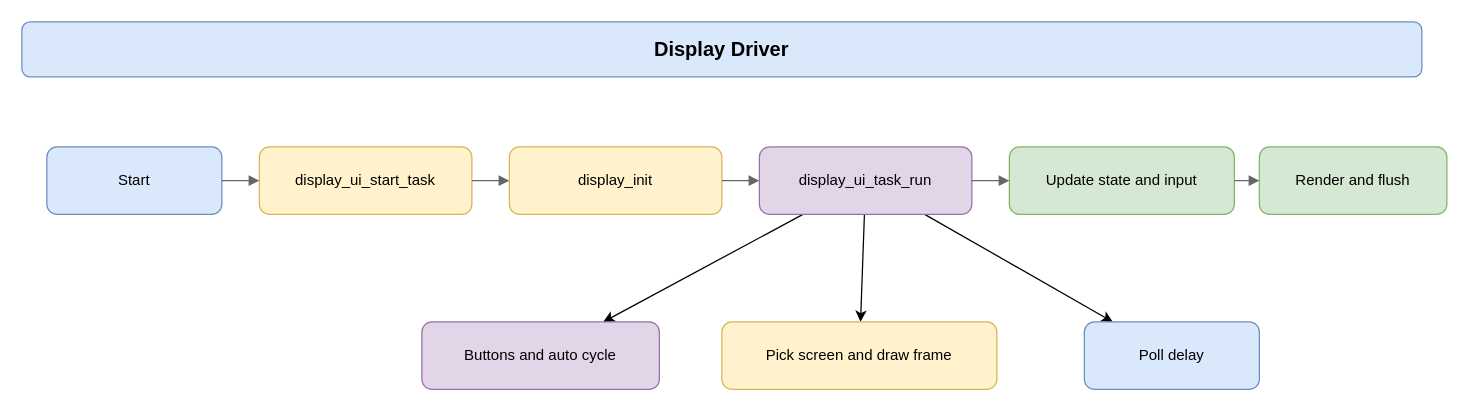
This is 04_Ontwerpen/Software/component flowcharts/display_driver/display_driver.drawio from Voidfaller/DCBS, a draw.io file, before an edit. Source tidied: cells renumbered, new cells numbered last; positions are measured from the earlier drawing's top-left corner, leaving out a move shared by most shapes. Both pictures are drawn from the tidied source at 125%, with x=0, y=0 at pixel (21, 21).
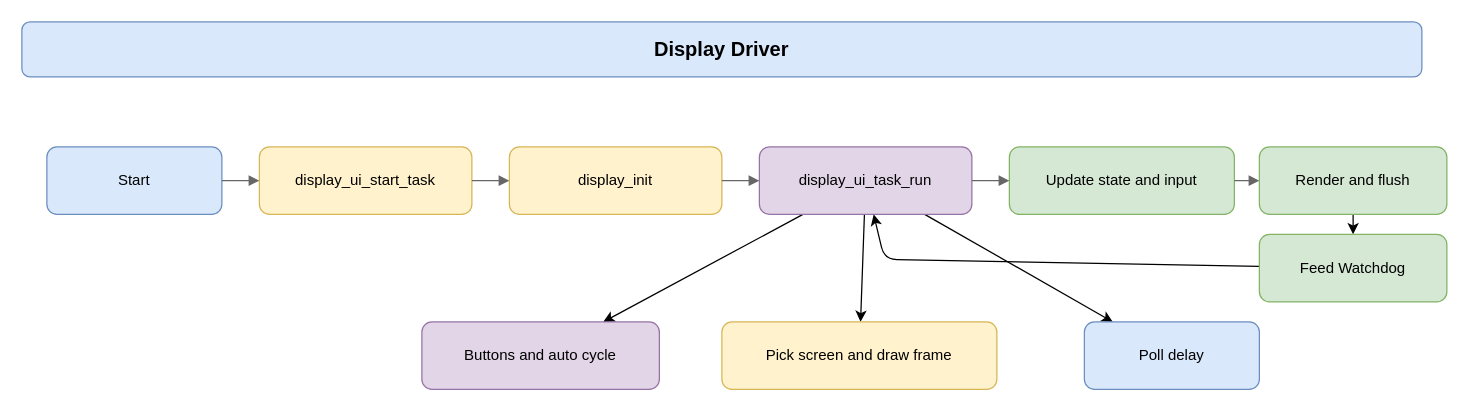
The same page after the edit.

Commit message (it also covers changes not shown here):
feat: Add "Feed Watchdog" component to flowcharts for display driver, PID control, and state estimator

Unchanged cells that the change refers to:
```xml
<mxCell id="9" value="display_ui_task_run" style="rounded=1;whiteSpace=wrap;html=1;fillColor=#e1d5e7;strokeColor=#9673a6;" parent="1" vertex="1">
  <mxGeometry x="590" y="100" width="170" height="54" as="geometry" />
</mxCell>
<mxCell id="11" value="Render and flush" style="rounded=1;whiteSpace=wrap;html=1;fillColor=#d5e8d4;strokeColor=#82b366;" parent="1" vertex="1">
  <mxGeometry x="990" y="100" width="150" height="54" as="geometry" />
</mxCell>
```

The edit, as a diff of the source:
```diff
@@
+    <mxCell id="20" style="edgeStyle=none;html=1;" parent="1" edge="1" source="11" target="22">
+      <mxGeometry relative="1" as="geometry" />
+    </mxCell>
@@
+    <mxCell id="21" style="edgeStyle=none;html=1;" parent="1" edge="1" source="22" target="9">
+      <mxGeometry relative="1" as="geometry">
+        <Array as="points">
+          <mxPoint x="690" y="190" />
+        </Array>
+      </mxGeometry>
+    </mxCell>
+    <mxCell id="22" value="Feed Watchdog" style="rounded=1;whiteSpace=wrap;html=1;fillColor=#d5e8d4;strokeColor=#82b366;" parent="1" vertex="1">
+      <mxGeometry x="990" y="170" width="150" height="54" as="geometry" />
+    </mxCell>
```
